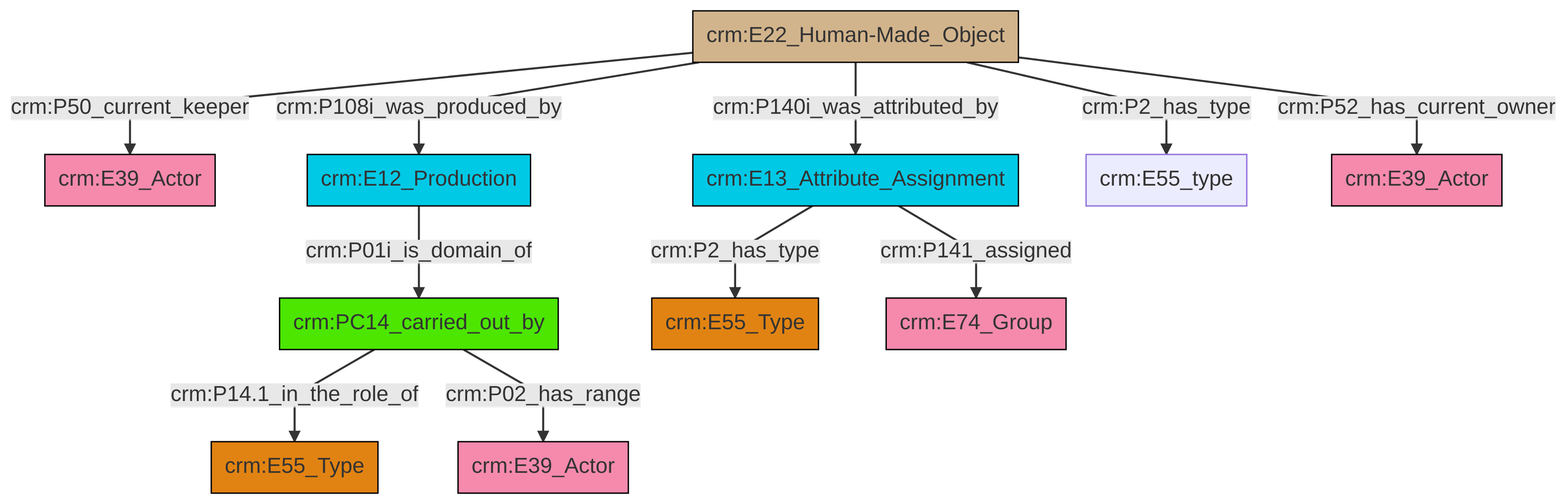
Above: et/artworkCSV/ttl/mmd/png/Artwork_Actor_Relations.png in swiss-art-research-net/docs.swissartresearch (Mermaid), before the change. Its source is kept beside it as et/artworkCSV/ttl/mmd/Artwork_Actor_Relations.ttl.mmd.
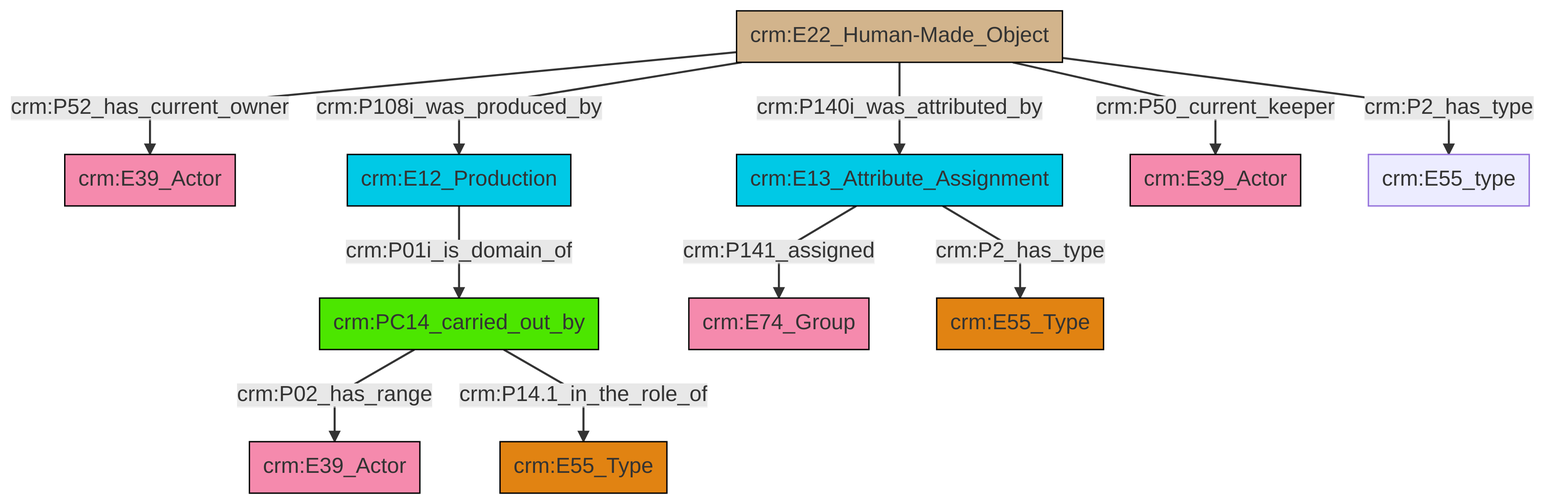
After the change.

What changed in the source:
```diff
@@ -13,13 +13,13 @@
 classDef PC_Classes fill:#4ce600, stroke:#000000;
 classDef Multi fill:#cccccc,stroke:#000000;
 
-4["crm:E22_Human-Made_Object"]:::Physical_Thing -->|crm:P50_current_keeper| 0["crm:E39_Actor"]:::Actor
-5["crm:E12_Production"]:::Temporal_Entity -->|crm:P01i_is_domain_of| 7["crm:PC14_carried_out_by"]:::PC_Classes
-2["crm:E13_Attribute_Assignment"]:::Temporal_Entity -->|crm:P141_assigned| 14["crm:E74_Group"]:::Actor
-7["crm:PC14_carried_out_by"]:::PC_Classes -->|crm:P14.1_in_the_role_of| 16["crm:E55_Type"]:::Type
-4["crm:E22_Human-Made_Object"]:::Physical_Thing -->|crm:P140i_was_attributed_by| 2["crm:E13_Attribute_Assignment"]:::Temporal_Entity
-7["crm:PC14_carried_out_by"]:::PC_Classes -->|crm:P02_has_range| 12["crm:E39_Actor"]:::Actor
-4["crm:E22_Human-Made_Object"]:::Physical_Thing -->|crm:P108i_was_produced_by| 5["crm:E12_Production"]:::Temporal_Entity
-2["crm:E13_Attribute_Assignment"]:::Temporal_Entity -->|crm:P2_has_type| 10["crm:E55_Type"]:::Type
-4["crm:E22_Human-Made_Object"]:::Physical_Thing -->|crm:P52_has_current_owner| 17["crm:E39_Actor"]:::Actor
-4["crm:E22_Human-Made_Object"]:::Physical_Thing -->|crm:P2_has_type| 8["crm:E55_type"]:::Default
+0["crm:E22_Human-Made_Object"]:::Physical_Thing -->|crm:P52_has_current_owner| 1["crm:E39_Actor"]:::Actor
+0["crm:E22_Human-Made_Object"]:::Physical_Thing -->|crm:P140i_was_attributed_by| 5["crm:E13_Attribute_Assignment"]:::Temporal_Entity
+9["crm:PC14_carried_out_by"]:::PC_Classes -->|crm:P02_has_range| 10["crm:E39_Actor"]:::Actor
+3["crm:E12_Production"]:::Temporal_Entity -->|crm:P01i_is_domain_of| 9["crm:PC14_carried_out_by"]:::PC_Classes
+0["crm:E22_Human-Made_Object"]:::Physical_Thing -->|crm:P50_current_keeper| 7["crm:E39_Actor"]:::Actor
+0["crm:E22_Human-Made_Object"]:::Physical_Thing -->|crm:P2_has_type| 13["crm:E55_type"]:::Default
+0["crm:E22_Human-Made_Object"]:::Physical_Thing -->|crm:P108i_was_produced_by| 3["crm:E12_Production"]:::Temporal_Entity
+9["crm:PC14_carried_out_by"]:::PC_Classes -->|crm:P14.1_in_the_role_of| 17["crm:E55_Type"]:::Type
+5["crm:E13_Attribute_Assignment"]:::Temporal_Entity -->|crm:P2_has_type| 14["crm:E55_Type"]:::Type
+5["crm:E13_Attribute_Assignment"]:::Temporal_Entity -->|crm:P141_assigned| 11["crm:E74_Group"]:::Actor
```
